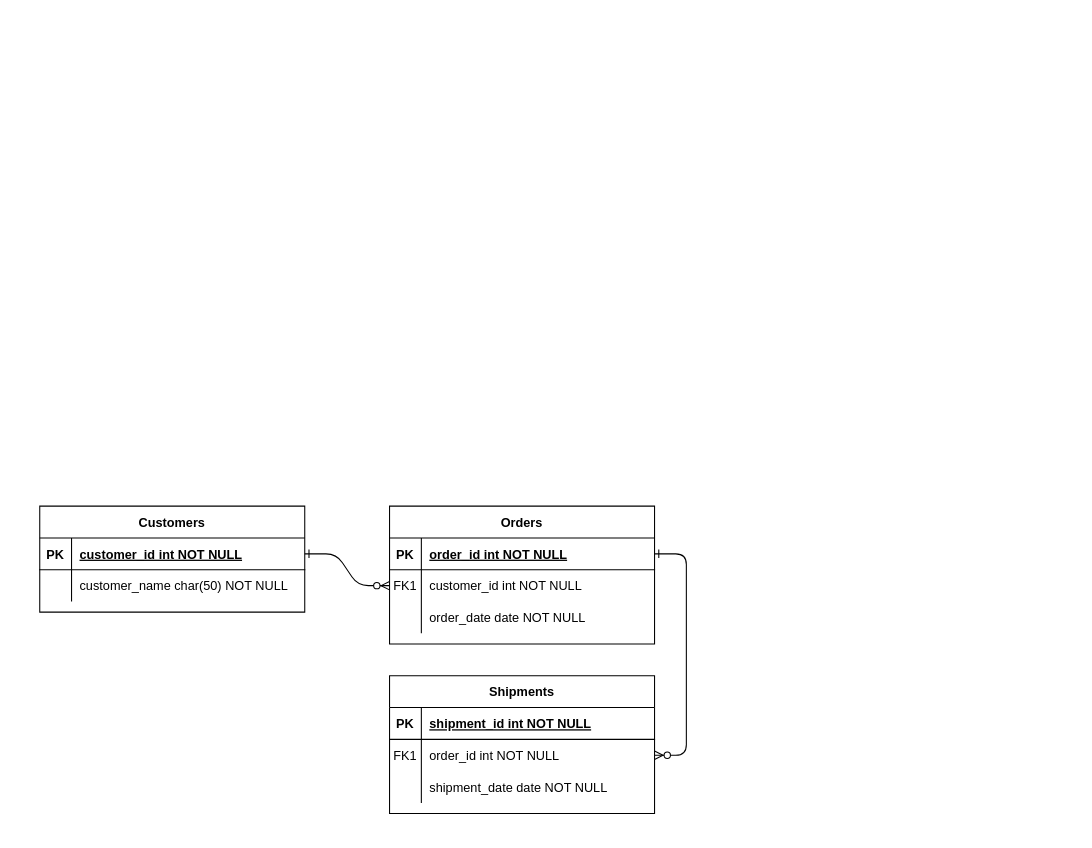
Before: ERD.drawio in MutiaNandhika/soalpedia, a draw.io diagram. Source tidied: cells renumbered, new cells numbered last; positions are measured from the earlier drawing's top-left corner, leaving out a move shared by most shapes. Both pictures are drawn from the tidied source at 106%, with x=0, y=0 at pixel (39, 506).
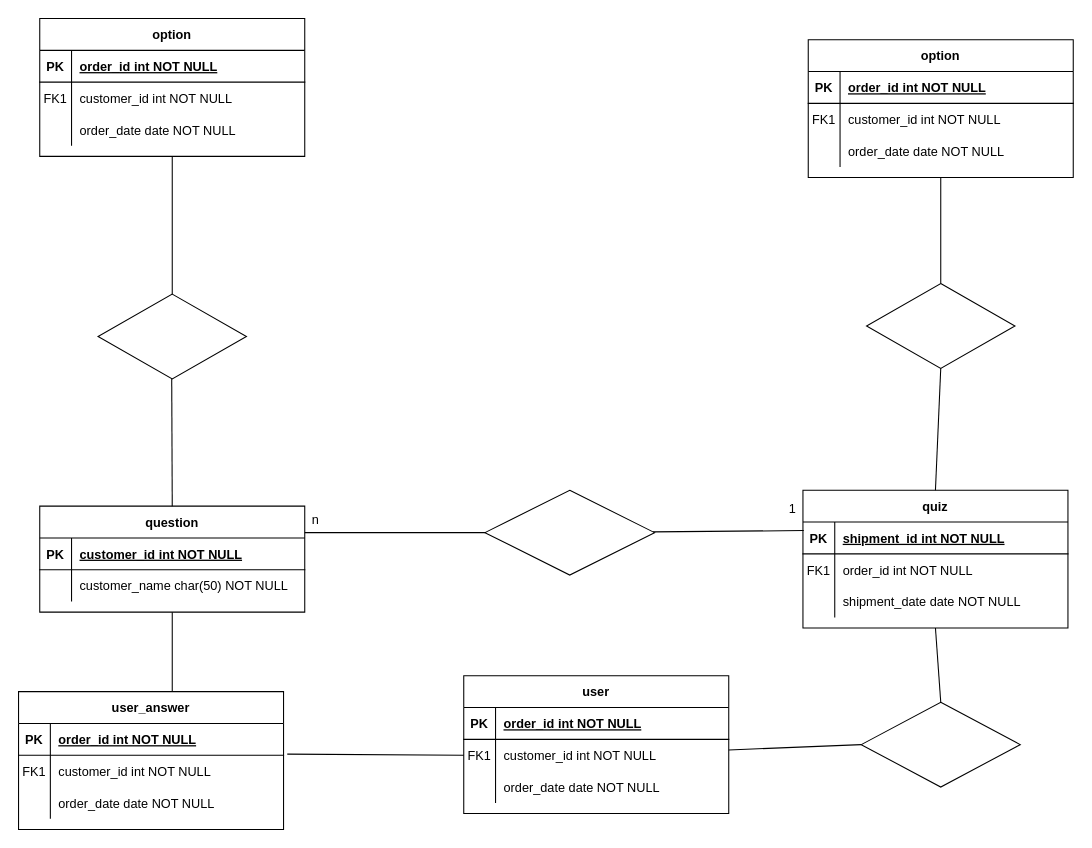
After the change.

Commit message:
menambah erd

Unchanged cells that the change refers to:
```xml
<mxCell id="5" style="shape=partialRectangle;fillColor=none;points=[[0,0.5],[1,0.5]];portConstraint=eastwest;top=0;left=0;right=0;bottom=1;" parent="4" vertex="1">
  <mxGeometry y="30" width="250" height="30" as="geometry" />
</mxCell>
<mxCell id="8" style="shape=partialRectangle;fillColor=none;points=[[0,0.5],[1,0.5]];portConstraint=eastwest;top=0;left=0;right=0;bottom=0;" parent="4" vertex="1">
  <mxGeometry y="60" width="250" height="30" as="geometry" />
</mxCell>
<mxCell id="15" style="shape=partialRectangle;fillColor=none;points=[[0,0.5],[1,0.5]];portConstraint=eastwest;top=0;left=0;right=0;bottom=1;" parent="14" vertex="1">
  <mxGeometry y="30" width="250" height="30" as="geometry" />
</mxCell>
<mxCell id="18" style="shape=partialRectangle;fillColor=none;points=[[0,0.5],[1,0.5]];portConstraint=eastwest;top=0;left=0;right=0;bottom=0;" parent="14" vertex="1">
  <mxGeometry y="60" width="250" height="30" as="geometry" />
</mxCell>
<mxCell id="25" style="shape=partialRectangle;fillColor=none;points=[[0,0.5],[1,0.5]];portConstraint=eastwest;top=0;left=0;right=0;bottom=1;" parent="24" vertex="1">
  <mxGeometry y="30" width="250" height="30" as="geometry" />
</mxCell>
```

Change to the diagram source:
```diff
@@
-    <mxCell id="2" style="edgeStyle=entityRelationEdgeStyle;endArrow=ERzeroToMany;startArrow=ERone;endFill=1;startFill=0;" parent="1" edge="1" source="25" target="8">
-      <mxGeometry relative="1" as="geometry" />
-    </mxCell>
-    <mxCell id="3" style="edgeStyle=entityRelationEdgeStyle;endArrow=ERzeroToMany;startArrow=ERone;endFill=1;startFill=0;" parent="1" edge="1" source="5" target="18">
-      <mxGeometry relative="1" as="geometry" />
-    </mxCell>
-    <mxCell id="4" value="Orders" style="shape=table;startSize=30;childLayout=tableLayout;rowLines=0;fontStyle=1;align=center;" parent="1" vertex="1">
-      <mxGeometry x="330" width="250" height="130" as="geometry" />
+    <mxCell id="4" value="user" style="shape=table;startSize=30;childLayout=tableLayout;rowLines=0;fontStyle=1;align=center;" parent="1" vertex="1">
+      <mxGeometry x="400" y="160" width="250" height="130" as="geometry" />
     </mxCell>
@@
-    <mxCell id="14" value="Shipments" style="shape=table;startSize=30;childLayout=tableLayout;rowLines=0;fontStyle=1;align=center;" parent="1" vertex="1">
-      <mxGeometry x="330" y="160" width="250" height="130" as="geometry" />
+    <mxCell id="14" value="quiz" style="shape=table;startSize=30;childLayout=tableLayout;rowLines=0;fontStyle=1;align=center;" parent="1" vertex="1">
+      <mxGeometry x="720" y="-15" width="250" height="130" as="geometry" />
     </mxCell>
@@
-    <mxCell id="24" value="Customers" style="shape=table;startSize=30;childLayout=tableLayout;rowLines=0;fontStyle=1;align=center;" parent="1" vertex="1">
+    <mxCell id="24" value="question" style="shape=table;startSize=30;childLayout=tableLayout;rowLines=0;fontStyle=1;align=center;" parent="1" vertex="1">
       <mxGeometry width="250" height="100" as="geometry" />
     </mxCell>
@@
+    <mxCell id="31" style="rounded=0;jettySize=auto;html=1;exitX=1;exitY=0.25;exitDx=0;exitDy=0;entryX=0;entryY=0.5;entryDx=0;entryDy=0;endArrow=none;endFill=0;" parent="1" edge="1" source="24" target="43">
+      <mxGeometry relative="1" as="geometry" />
+    </mxCell>
+    <mxCell id="32" value="option" style="shape=table;startSize=30;childLayout=tableLayout;rowLines=0;fontStyle=1;align=center;" parent="1" vertex="1">
+      <mxGeometry y="-460" width="250" height="130" as="geometry" />
+    </mxCell>
+    <mxCell id="33" style="shape=partialRectangle;fillColor=none;top=0;left=0;right=0;bottom=1;" parent="32" vertex="1">
+      <mxGeometry y="30" width="250" height="30" as="geometry" />
+    </mxCell>
+    <mxCell id="34" value="PK" style="shape=partialRectangle;overflow=hidden;fillColor=none;top=0;left=0;bottom=0;right=0;fontStyle=1;" parent="33" vertex="1">
+      <mxGeometry width="30" height="30" as="geometry" />
+    </mxCell>
+    <mxCell id="35" value="order_id int NOT NULL " style="shape=partialRectangle;overflow=hidden;fillColor=none;top=0;left=0;bottom=0;right=0;align=left;spacingLeft=6;fontStyle=5;" parent="33" vertex="1">
+      <mxGeometry x="30" width="220" height="30" as="geometry" />
+    </mxCell>
+    <mxCell id="36" style="shape=partialRectangle;fillColor=none;top=0;left=0;right=0;bottom=0;" parent="32" vertex="1">
+      <mxGeometry y="60" width="250" height="30" as="geometry" />
+    </mxCell>
+    <mxCell id="37" value="FK1" style="shape=partialRectangle;overflow=hidden;fillColor=none;top=0;left=0;bottom=0;right=0;" parent="36" vertex="1">
+      <mxGeometry width="30" height="30" as="geometry" />
+    </mxCell>
+    <mxCell id="38" value="customer_id int NOT NULL" style="shape=partialRectangle;overflow=hidden;fillColor=none;top=0;left=0;bottom=0;right=0;align=left;spacingLeft=6;" parent="36" vertex="1">
+      <mxGeometry x="30" width="220" height="30" as="geometry" />
+    </mxCell>
+    <mxCell id="39" style="shape=partialRectangle;fillColor=none;top=0;left=0;right=0;bottom=0;" parent="32" vertex="1">
+      <mxGeometry y="90" width="250" height="30" as="geometry" />
+    </mxCell>
+    <mxCell id="40" style="shape=partialRectangle;overflow=hidden;fillColor=none;top=0;left=0;bottom=0;right=0;" parent="39" vertex="1">
+      <mxGeometry width="30" height="30" as="geometry" />
+    </mxCell>
+    <mxCell id="41" value="order_date date NOT NULL" style="shape=partialRectangle;overflow=hidden;fillColor=none;top=0;left=0;bottom=0;right=0;align=left;spacingLeft=6;" parent="39" vertex="1">
+      <mxGeometry x="30" width="220" height="30" as="geometry" />
+    </mxCell>
+    <mxCell id="42" style="rounded=0;jettySize=auto;html=1;entryX=0.003;entryY=0.267;entryDx=0;entryDy=0;endArrow=none;endFill=0;entryPerimeter=0;" parent="1" edge="1" source="43" target="15">
+      <mxGeometry relative="1" as="geometry" />
+    </mxCell>
+    <mxCell id="43" style="rhombus;whiteSpace=wrap;html=1;" parent="1" vertex="1">
+      <mxGeometry x="420" y="-15" width="160" height="80" as="geometry" />
+    </mxCell>
+    <mxCell id="44" value="n" style="text;html=1;align=center;verticalAlign=middle;strokeColor=none;fillColor=none;" parent="1" vertex="1">
+      <mxGeometry x="245" y="-2" width="30" height="30" as="geometry" />
+    </mxCell>
+    <mxCell id="45" value="1" style="text;html=1;align=center;verticalAlign=middle;strokeColor=none;fillColor=none;" parent="1" vertex="1">
+      <mxGeometry x="695" y="-12" width="30" height="30" as="geometry" />
+    </mxCell>
+    <mxCell id="46" style="rounded=0;jettySize=auto;html=1;exitX=0.5;exitY=1;exitDx=0;exitDy=0;endArrow=none;endFill=0;entryX=0.5;entryY=0;entryDx=0;entryDy=0;" parent="1" edge="1" source="24">
+      <mxGeometry relative="1" as="geometry">
+        <mxPoint x="125" y="175" as="targetPoint" />
+      </mxGeometry>
+    </mxCell>
+    <mxCell id="47" style="rounded=0;jettySize=auto;html=1;exitX=1.014;exitY=-0.035;exitDx=0;exitDy=0;entryX=0;entryY=0.5;entryDx=0;entryDy=0;endArrow=none;endFill=0;exitPerimeter=0;" parent="1" edge="1" source="68" target="8">
+      <mxGeometry relative="1" as="geometry" />
+    </mxCell>
+    <mxCell id="48" style="rounded=0;jettySize=auto;html=1;exitX=0.5;exitY=0;exitDx=0;exitDy=0;endArrow=none;endFill=0;entryX=0.5;entryY=1;entryDx=0;entryDy=0;" parent="1" edge="1" source="49" target="14">
+      <mxGeometry relative="1" as="geometry" />
+    </mxCell>
+    <mxCell id="49" style="rhombus;whiteSpace=wrap;html=1;" parent="1" vertex="1">
+      <mxGeometry x="775" y="185" width="150" height="80" as="geometry" />
+    </mxCell>
+    <mxCell id="50" style="rhombus;whiteSpace=wrap;html=1;" parent="1" vertex="1">
+      <mxGeometry x="55" y="-200" width="140" height="80" as="geometry" />
+    </mxCell>
+    <mxCell id="51" style="rounded=0;jettySize=auto;html=1;exitX=0.5;exitY=1;exitDx=0;exitDy=0;endArrow=none;endFill=0;entryX=0.5;entryY=0;entryDx=0;entryDy=0;" parent="1" edge="1" target="24">
+      <mxGeometry relative="1" as="geometry">
+        <mxPoint x="124.5" y="-120" as="sourcePoint" />
+      </mxGeometry>
+    </mxCell>
+    <mxCell id="52" style="rounded=0;jettySize=auto;html=1;exitX=0.5;exitY=1;exitDx=0;exitDy=0;endArrow=none;endFill=0;entryX=0.5;entryY=0;entryDx=0;entryDy=0;" parent="1" edge="1" source="32" target="50">
+      <mxGeometry relative="1" as="geometry" />
+    </mxCell>
+    <mxCell id="53" style="rounded=0;jettySize=auto;html=1;entryX=0;entryY=0.5;entryDx=0;entryDy=0;endArrow=none;endFill=0;" parent="1" edge="1" source="8" target="49">
+      <mxGeometry relative="1" as="geometry" />
+    </mxCell>
+    <mxCell id="54" value="option" style="shape=table;startSize=30;childLayout=tableLayout;rowLines=0;fontStyle=1;align=center;" parent="1" vertex="1">
+      <mxGeometry x="725" y="-440" width="250" height="130" as="geometry" />
+    </mxCell>
+    <mxCell id="55" style="shape=partialRectangle;fillColor=none;top=0;left=0;right=0;bottom=1;" parent="54" vertex="1">
+      <mxGeometry y="30" width="250" height="30" as="geometry" />
+    </mxCell>
+    <mxCell id="56" value="PK" style="shape=partialRectangle;overflow=hidden;fillColor=none;top=0;left=0;bottom=0;right=0;fontStyle=1;" parent="55" vertex="1">
+      <mxGeometry width="30" height="30" as="geometry" />
+    </mxCell>
+    <mxCell id="57" value="order_id int NOT NULL " style="shape=partialRectangle;overflow=hidden;fillColor=none;top=0;left=0;bottom=0;right=0;align=left;spacingLeft=6;fontStyle=5;" parent="55" vertex="1">
+      <mxGeometry x="30" width="220" height="30" as="geometry" />
+    </mxCell>
+    <mxCell id="58" style="shape=partialRectangle;fillColor=none;top=0;left=0;right=0;bottom=0;" parent="54" vertex="1">
+      <mxGeometry y="60" width="250" height="30" as="geometry" />
+    </mxCell>
+    <mxCell id="59" value="FK1" style="shape=partialRectangle;overflow=hidden;fillColor=none;top=0;left=0;bottom=0;right=0;" parent="58" vertex="1">
+      <mxGeometry width="30" height="30" as="geometry" />
+    </mxCell>
+    <mxCell id="60" value="customer_id int NOT NULL" style="shape=partialRectangle;overflow=hidden;fillColor=none;top=0;left=0;bottom=0;right=0;align=left;spacingLeft=6;" parent="58" vertex="1">
+      <mxGeometry x="30" width="220" height="30" as="geometry" />
+    </mxCell>
+    <mxCell id="61" style="shape=partialRectangle;fillColor=none;top=0;left=0;right=0;bottom=0;" parent="54" vertex="1">
+      <mxGeometry y="90" width="250" height="30" as="geometry" />
+    </mxCell>
+    <mxCell id="62" style="shape=partialRectangle;overflow=hidden;fillColor=none;top=0;left=0;bottom=0;right=0;" parent="61" vertex="1">
+      <mxGeometry width="30" height="30" as="geometry" />
+    </mxCell>
+    <mxCell id="63" value="order_date date NOT NULL" style="shape=partialRectangle;overflow=hidden;fillColor=none;top=0;left=0;bottom=0;right=0;align=left;spacingLeft=6;" parent="61" vertex="1">
+      <mxGeometry x="30" width="220" height="30" as="geometry" />
+    </mxCell>
+    <mxCell id="64" value="user_answer" style="shape=table;startSize=30;childLayout=tableLayout;rowLines=0;fontStyle=1;align=center;" parent="1" vertex="1">
+      <mxGeometry x="-20" y="175" width="250" height="130" as="geometry" />
+    </mxCell>
+    <mxCell id="65" style="shape=partialRectangle;fillColor=none;top=0;left=0;right=0;bottom=1;" parent="64" vertex="1">
+      <mxGeometry y="30" width="250" height="30" as="geometry" />
+    </mxCell>
+    <mxCell id="66" value="PK" style="shape=partialRectangle;overflow=hidden;fillColor=none;top=0;left=0;bottom=0;right=0;fontStyle=1;" parent="65" vertex="1">
+      <mxGeometry width="30" height="30" as="geometry" />
+    </mxCell>
+    <mxCell id="67" value="order_id int NOT NULL " style="shape=partialRectangle;overflow=hidden;fillColor=none;top=0;left=0;bottom=0;right=0;align=left;spacingLeft=6;fontStyle=5;" parent="65" vertex="1">
+      <mxGeometry x="30" width="220" height="30" as="geometry" />
+    </mxCell>
+    <mxCell id="68" style="shape=partialRectangle;fillColor=none;points=[[0,0.5],[1,0.5]];portConstraint=eastwest;top=0;left=0;right=0;bottom=0;" parent="64" vertex="1">
+      <mxGeometry y="60" width="250" height="30" as="geometry" />
+    </mxCell>
+    <mxCell id="69" value="FK1" style="shape=partialRectangle;overflow=hidden;fillColor=none;top=0;left=0;bottom=0;right=0;" parent="68" vertex="1">
+      <mxGeometry width="30" height="30" as="geometry" />
+    </mxCell>
+    <mxCell id="70" value="customer_id int NOT NULL" style="shape=partialRectangle;overflow=hidden;fillColor=none;top=0;left=0;bottom=0;right=0;align=left;spacingLeft=6;" parent="68" vertex="1">
+      <mxGeometry x="30" width="220" height="30" as="geometry" />
+    </mxCell>
+    <mxCell id="71" style="shape=partialRectangle;fillColor=none;top=0;left=0;right=0;bottom=0;" parent="64" vertex="1">
+      <mxGeometry y="90" width="250" height="30" as="geometry" />
+    </mxCell>
+    <mxCell id="72" style="shape=partialRectangle;overflow=hidden;fillColor=none;top=0;left=0;bottom=0;right=0;" parent="71" vertex="1">
+      <mxGeometry width="30" height="30" as="geometry" />
+    </mxCell>
+    <mxCell id="73" value="order_date date NOT NULL" style="shape=partialRectangle;overflow=hidden;fillColor=none;top=0;left=0;bottom=0;right=0;align=left;spacingLeft=6;" parent="71" vertex="1">
+      <mxGeometry x="30" width="220" height="30" as="geometry" />
+    </mxCell>
+    <mxCell id="74" style="rounded=0;jettySize=auto;html=1;exitX=0.5;exitY=1;exitDx=0;exitDy=0;endArrow=none;endFill=0;entryX=0.5;entryY=0;entryDx=0;entryDy=0;" parent="1" edge="1" source="54" target="75">
+      <mxGeometry relative="1" as="geometry" />
+    </mxCell>
+    <mxCell id="75" style="rhombus;whiteSpace=wrap;html=1;" parent="1" vertex="1">
+      <mxGeometry x="780" y="-210" width="140" height="80" as="geometry" />
+    </mxCell>
+    <mxCell id="76" style="rounded=0;jettySize=auto;html=1;exitX=0.5;exitY=1;exitDx=0;exitDy=0;endArrow=none;endFill=0;entryX=0.5;entryY=0;entryDx=0;entryDy=0;" parent="1" edge="1" source="75" target="14">
+      <mxGeometry relative="1" as="geometry" />
+    </mxCell>
```
